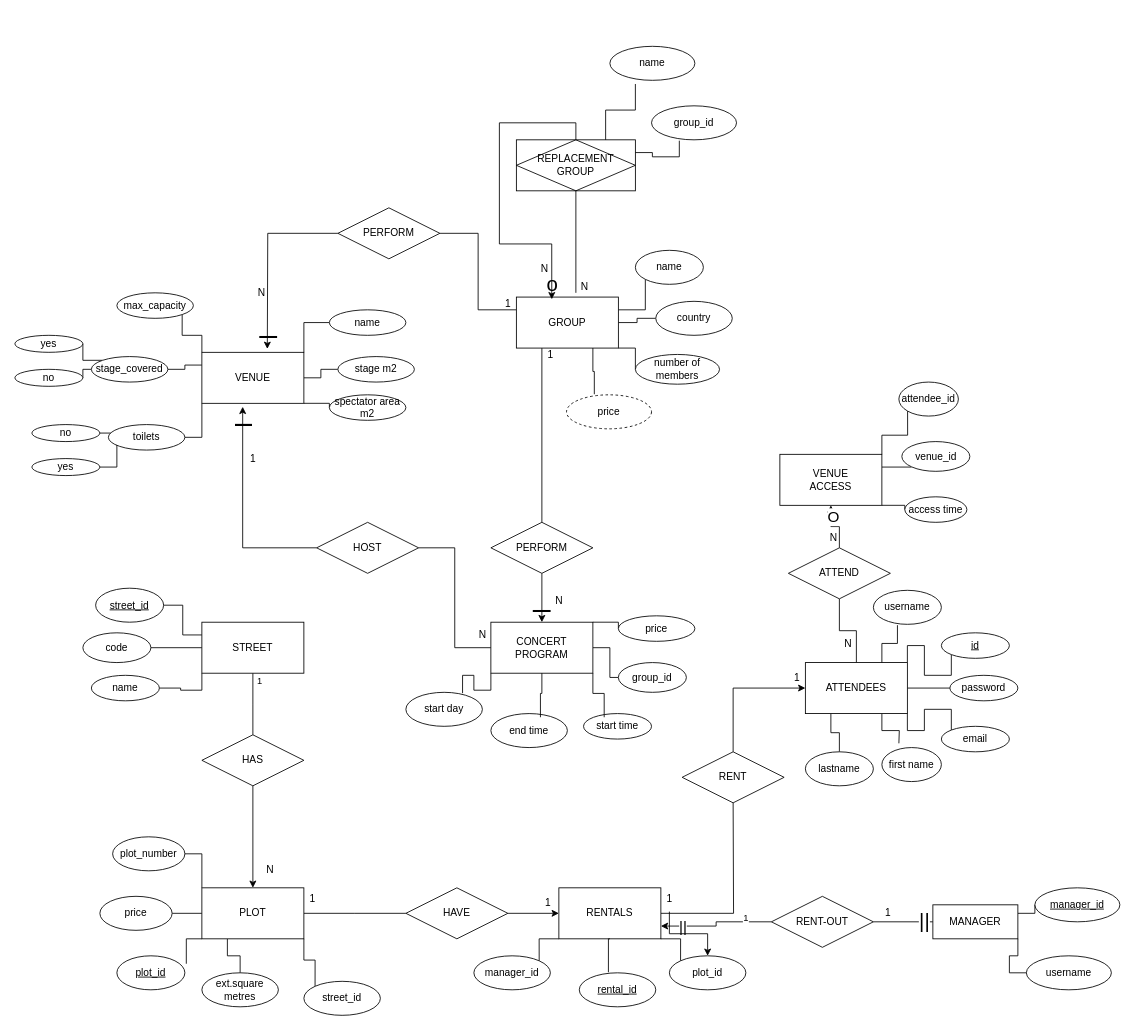
The draw.io diagram Untitled Diagram.drawio in Brandy-K/disseny-DDBB, before the edit. Source tidied: cells renumbered, new cells numbered last; positions are measured from the earlier drawing's top-left corner, leaving out a move shared by most shapes. Both pictures are drawn from the tidied source at 85%, with x=0, y=0 at pixel (14, 46).
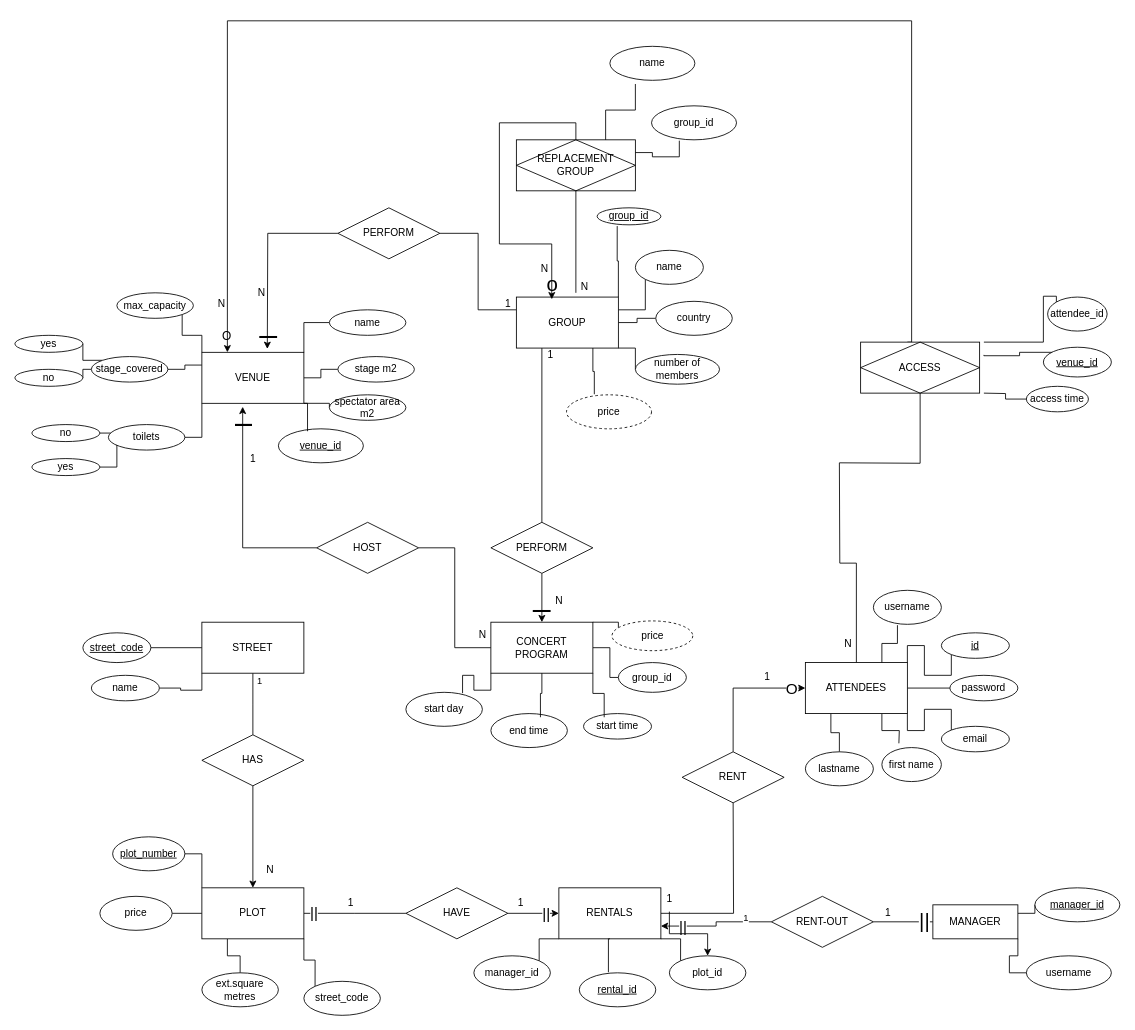
The same page after the edit.

Unchanged cells that the change refers to:
```xml
<mxCell id="6" style="edgeStyle=orthogonalEdgeStyle;rounded=0;jettySize=auto;html=1;exitX=1;exitY=0.5;exitDx=0;exitDy=0;endArrow=none;endFill=0;" parent="1" edge="1" source="11">
  <mxGeometry relative="1" as="geometry">
    <mxPoint x="460" y="1020" as="targetPoint" />
  </mxGeometry>
</mxCell>
<mxCell id="11" value="PLOT" style="rounded=0;whiteSpace=wrap;html=1;" parent="1" vertex="1">
  <mxGeometry x="220" y="990" width="120" height="60" as="geometry" />
</mxCell>
<mxCell id="18" value="ATTENDEES" style="rounded=0;whiteSpace=wrap;html=1;" parent="1" vertex="1">
  <mxGeometry x="930" y="725" width="120" height="60" as="geometry" />
</mxCell>
<mxCell id="24" value="GROUP" style="rounded=0;whiteSpace=wrap;html=1;" parent="1" vertex="1">
  <mxGeometry x="590" y="295" width="120" height="60" as="geometry" />
</mxCell>
<mxCell id="28" value="CONCERT&lt;div&gt;PROGRAM&lt;/div&gt;" style="rounded=0;whiteSpace=wrap;html=1;" parent="1" vertex="1">
  <mxGeometry x="560" y="677.5" width="120" height="60" as="geometry" />
</mxCell>
<mxCell id="34" value="STREET" style="rounded=0;whiteSpace=wrap;html=1;" parent="1" vertex="1">
  <mxGeometry x="220" y="677.5" width="120" height="60" as="geometry" />
</mxCell>
<mxCell id="41" value="VENUE" style="rounded=0;whiteSpace=wrap;html=1;" parent="1" vertex="1">
  <mxGeometry x="220" y="360" width="120" height="60" as="geometry" />
</mxCell>
<mxCell id="90" style="edgeStyle=orthogonalEdgeStyle;rounded=0;jettySize=auto;html=1;exitX=1;exitY=0.5;exitDx=0;exitDy=0;entryX=0;entryY=0.5;entryDx=0;entryDy=0;" parent="1" edge="1" source="91" target="5">
  <mxGeometry relative="1" as="geometry" />
</mxCell>
<mxCell id="92" style="edgeStyle=orthogonalEdgeStyle;rounded=0;jettySize=auto;html=1;exitX=0.5;exitY=0;exitDx=0;exitDy=0;entryX=0;entryY=0.5;entryDx=0;entryDy=0;" parent="1" edge="1" source="93" target="18">
  <mxGeometry relative="1" as="geometry" />
</mxCell>
```

The edit, as a diff of the source:
```diff
@@
+    <mxCell id="149" value="&lt;font style=&quot;font-size: 18px;&quot;&gt;||&lt;/font&gt;" style="edgeLabel;html=1;align=center;verticalAlign=middle;" parent="6" vertex="1">
+      <mxGeometry x="-0.81" y="1" relative="1" as="geometry" />
+    </mxCell>
@@
-    <mxCell id="12" style="edgeStyle=orthogonalEdgeStyle;rounded=0;jettySize=auto;html=1;exitX=0.5;exitY=0;exitDx=0;exitDy=0;entryX=0.5;entryY=1;entryDx=0;entryDy=0;endArrow=none;endFill=0;" parent="1" edge="1" source="18" target="96">
-      <mxGeometry relative="1" as="geometry" />
+    <mxCell id="12" style="edgeStyle=orthogonalEdgeStyle;rounded=0;jettySize=auto;html=1;exitX=0.5;exitY=0;exitDx=0;exitDy=0;endArrow=none;endFill=0;" parent="1" edge="1" source="18">
+      <mxGeometry relative="1" as="geometry">
+        <mxPoint x="970" y="490" as="targetPoint" />
+      </mxGeometry>
     </mxCell>
@@
-    <mxCell id="26" style="edgeStyle=orthogonalEdgeStyle;rounded=0;jettySize=auto;html=1;exitX=1;exitY=0;exitDx=0;exitDy=0;entryX=0;entryY=0.5;entryDx=0;entryDy=0;endArrow=none;endFill=0;" parent="1" edge="1" source="28" target="74">
-      <mxGeometry relative="1" as="geometry" />
+    <mxCell id="26" style="edgeStyle=orthogonalEdgeStyle;rounded=0;jettySize=auto;html=1;exitX=1;exitY=0;exitDx=0;exitDy=0;entryX=0;entryY=0.5;entryDx=0;entryDy=0;endArrow=none;endFill=0;" parent="1" edge="1" source="28">
+      <mxGeometry relative="1" as="geometry">
+        <mxPoint x="710" y="685" as="targetPoint" />
+      </mxGeometry>
     </mxCell>
@@
-    <mxCell id="29" style="edgeStyle=orthogonalEdgeStyle;rounded=0;jettySize=auto;html=1;exitX=0;exitY=0.25;exitDx=0;exitDy=0;entryX=1;entryY=0.5;entryDx=0;entryDy=0;endArrow=none;endFill=0;" parent="1" edge="1" source="34" target="59">
-      <mxGeometry relative="1" as="geometry" />
-    </mxCell>
@@
-    <mxCell id="42" style="edgeStyle=orthogonalEdgeStyle;rounded=0;jettySize=auto;html=1;exitX=1;exitY=1;exitDx=0;exitDy=0;entryX=0;entryY=0.5;entryDx=0;entryDy=0;endArrow=none;endFill=0;" parent="1" edge="1" source="45" target="81">
-      <mxGeometry relative="1" as="geometry" />
+    <mxCell id="42" style="edgeStyle=orthogonalEdgeStyle;rounded=0;jettySize=auto;html=1;exitX=1;exitY=1;exitDx=0;exitDy=0;entryX=0;entryY=0.5;entryDx=0;entryDy=0;endArrow=none;endFill=0;" parent="1" edge="1" target="81">
+      <mxGeometry relative="1" as="geometry">
+        <mxPoint x="1140" y="408" as="sourcePoint" />
+      </mxGeometry>
     </mxCell>
-    <mxCell id="43" style="edgeStyle=orthogonalEdgeStyle;rounded=0;jettySize=auto;html=1;exitX=1;exitY=0.25;exitDx=0;exitDy=0;entryX=0;entryY=1;entryDx=0;entryDy=0;endArrow=none;endFill=0;" parent="1" edge="1" source="45" target="82">
-      <mxGeometry relative="1" as="geometry" />
+    <mxCell id="43" style="edgeStyle=orthogonalEdgeStyle;rounded=0;jettySize=auto;html=1;exitX=1;exitY=0.25;exitDx=0;exitDy=0;entryX=0;entryY=1;entryDx=0;entryDy=0;endArrow=none;endFill=0;" parent="1" edge="1" target="82">
+      <mxGeometry relative="1" as="geometry">
+        <mxPoint x="1140" y="363" as="sourcePoint" />
+        <Array as="points">
+          <mxPoint x="1182" y="364" />
+          <mxPoint x="1182" y="360" />
+        </Array>
+      </mxGeometry>
     </mxCell>
-    <mxCell id="44" style="edgeStyle=orthogonalEdgeStyle;rounded=0;jettySize=auto;html=1;exitX=1;exitY=0;exitDx=0;exitDy=0;entryX=0;entryY=1;entryDx=0;entryDy=0;endArrow=none;endFill=0;" parent="1" edge="1" source="45" target="83">
-      <mxGeometry relative="1" as="geometry" />
+    <mxCell id="44" style="edgeStyle=orthogonalEdgeStyle;rounded=0;jettySize=auto;html=1;exitX=1;exitY=0;exitDx=0;exitDy=0;entryX=0;entryY=1;entryDx=0;entryDy=0;endArrow=none;endFill=0;" parent="1" edge="1" target="83">
+      <mxGeometry relative="1" as="geometry">
+        <mxPoint x="1140" y="348" as="sourcePoint" />
+        <Array as="points">
+          <mxPoint x="1210" y="348" />
+          <mxPoint x="1210" y="294" />
+        </Array>
+      </mxGeometry>
     </mxCell>
-    <mxCell id="45" value="VENUE&lt;div&gt;ACCESS&lt;/div&gt;" style="rounded=0;whiteSpace=wrap;html=1;" parent="1" vertex="1">
-      <mxGeometry x="900" y="480" width="120" height="60" as="geometry" />
-    </mxCell>
@@
-    <mxCell id="59" value="&lt;u&gt;street_id&lt;/u&gt;" style="ellipse;whiteSpace=wrap;html=1;" parent="1" vertex="1">
-      <mxGeometry x="95" y="637.5" width="80" height="40" as="geometry" />
-    </mxCell>
@@
-    <mxCell id="61" value="code" style="ellipse;whiteSpace=wrap;html=1;" parent="1" vertex="1">
+    <mxCell id="61" value="&lt;u&gt;street_code&lt;/u&gt;" style="ellipse;whiteSpace=wrap;html=1;" parent="1" vertex="1">
       <mxGeometry x="80" y="690" width="80" height="35" as="geometry" />
     </mxCell>
-    <mxCell id="62" value="plot_number" style="ellipse;whiteSpace=wrap;html=1;" parent="1" vertex="1">
+    <mxCell id="62" value="&lt;u&gt;plot_number&lt;/u&gt;" style="ellipse;whiteSpace=wrap;html=1;" parent="1" vertex="1">
       <mxGeometry x="115" y="930" width="85" height="40" as="geometry" />
     </mxCell>
-    <mxCell id="63" value="street_id" style="ellipse;whiteSpace=wrap;html=1;" parent="1" vertex="1">
+    <mxCell id="63" value="street_code" style="ellipse;whiteSpace=wrap;html=1;" parent="1" vertex="1">
       <mxGeometry x="340" y="1100" width="90" height="40" as="geometry" />
     </mxCell>
@@
-    <mxCell id="65" value="&lt;u&gt;plot_id&lt;/u&gt;" style="ellipse;whiteSpace=wrap;html=1;" parent="1" vertex="1">
-      <mxGeometry x="120" y="1070" width="80" height="40" as="geometry" />
-    </mxCell>
@@
-    <mxCell id="74" value="price" style="ellipse;whiteSpace=wrap;html=1;" parent="1" vertex="1">
-      <mxGeometry x="710" y="670" width="90" height="30" as="geometry" />
-    </mxCell>
@@
     <mxCell id="81" value="access time" style="ellipse;whiteSpace=wrap;html=1;" parent="1" vertex="1">
-      <mxGeometry x="1047" y="530" width="73" height="30" as="geometry" />
+      <mxGeometry x="1190" y="400" width="73" height="30" as="geometry" />
     </mxCell>
-    <mxCell id="82" value="venue_id" style="ellipse;whiteSpace=wrap;html=1;" parent="1" vertex="1">
-      <mxGeometry x="1043.5" y="465" width="80" height="35" as="geometry" />
+    <mxCell id="82" value="&lt;u&gt;venue_id&lt;/u&gt;" style="ellipse;whiteSpace=wrap;html=1;" parent="1" vertex="1">
+      <mxGeometry x="1210" y="354" width="80" height="35" as="geometry" />
     </mxCell>
     <mxCell id="83" value="attendee_id" style="ellipse;whiteSpace=wrap;html=1;" parent="1" vertex="1">
-      <mxGeometry x="1040" y="395" width="70" height="40" as="geometry" />
+      <mxGeometry x="1215" y="295" width="70" height="40" as="geometry" />
     </mxCell>
@@
+    <mxCell id="150" value="&lt;font style=&quot;font-size: 18px;&quot;&gt;||&lt;/font&gt;" style="edgeLabel;html=1;align=center;verticalAlign=middle;" parent="90" vertex="1">
+      <mxGeometry x="0.48" relative="1" as="geometry" />
+    </mxCell>
@@
+    <mxCell id="151" value="&lt;font size=&quot;4&quot;&gt;O&lt;/font&gt;" style="edgeLabel;html=1;align=center;verticalAlign=middle;" parent="92" vertex="1">
+      <mxGeometry x="0.79" y="-4" relative="1" as="geometry">
+        <mxPoint y="-4" as="offset" />
+      </mxGeometry>
+    </mxCell>
@@
-    <mxCell id="94" style="edgeStyle=orthogonalEdgeStyle;rounded=0;jettySize=auto;html=1;exitX=0.5;exitY=0;exitDx=0;exitDy=0;entryX=0.5;entryY=1;entryDx=0;entryDy=0;" parent="1" edge="1" source="96" target="45">
-      <mxGeometry relative="1" as="geometry" />
+    <mxCell id="94" style="edgeStyle=orthogonalEdgeStyle;rounded=0;jettySize=auto;html=1;exitX=0.5;exitY=0;exitDx=0;exitDy=0;entryX=0.5;entryY=1;entryDx=0;entryDy=0;endArrow=none;endFill=0;" parent="1" edge="1" target="155">
+      <mxGeometry relative="1" as="geometry">
+        <mxPoint x="970" y="490" as="sourcePoint" />
+      </mxGeometry>
     </mxCell>
-    <mxCell id="95" value="&lt;font style=&quot;font-size: 18px;&quot;&gt;O&lt;/font&gt;" style="edgeLabel;html=1;align=center;verticalAlign=middle;" parent="94" vertex="1">
-      <mxGeometry x="0.52" y="-2" relative="1" as="geometry">
-        <mxPoint y="-1" as="offset" />
-      </mxGeometry>
-    </mxCell>
-    <mxCell id="96" value="ATTEND" style="shape=rhombus;perimeter=rhombusPerimeter;whiteSpace=wrap;html=1;align=center;" parent="1" vertex="1">
-      <mxGeometry x="910" y="590" width="120" height="60" as="geometry" />
-    </mxCell>
@@
-    <mxCell id="122" style="edgeStyle=orthogonalEdgeStyle;rounded=0;jettySize=auto;html=1;exitX=0;exitY=1;exitDx=0;exitDy=0;entryX=1.021;entryY=0.233;entryDx=0;entryDy=0;entryPerimeter=0;endArrow=none;endFill=0;" parent="1" edge="1" source="11" target="65">
-      <mxGeometry relative="1" as="geometry" />
-    </mxCell>
@@
     <mxCell id="135" value="1" style="text;html=1;align=center;verticalAlign=middle;strokeColor=none;fillColor=none;" parent="1" vertex="1">
-      <mxGeometry x="335" y="988" width="30" height="30" as="geometry" />
+      <mxGeometry x="380" y="993" width="30" height="30" as="geometry" />
     </mxCell>
     <mxCell id="136" value="1" style="text;html=1;align=center;verticalAlign=middle;strokeColor=none;fillColor=none;" parent="1" vertex="1">
-      <mxGeometry x="612" y="993" width="30" height="30" as="geometry" />
+      <mxGeometry x="580" y="993" width="30" height="30" as="geometry" />
     </mxCell>
@@
     <mxCell id="139" value="1" style="text;html=1;align=center;verticalAlign=middle;strokeColor=none;fillColor=none;" parent="1" vertex="1">
-      <mxGeometry x="905" y="728" width="30" height="30" as="geometry" />
+      <mxGeometry x="870" y="727" width="30" height="30" as="geometry" />
     </mxCell>
@@
-    <mxCell id="142" value="N" style="text;html=1;align=center;verticalAlign=middle;strokeColor=none;fillColor=none;" parent="1" vertex="1">
-      <mxGeometry x="948" y="564" width="30" height="30" as="geometry" />
-    </mxCell>
@@
+    <mxCell id="152" value="group_id" style="ellipse;whiteSpace=wrap;html=1;align=center;fontStyle=4;" parent="1" vertex="1">
+      <mxGeometry x="685" y="190" width="75" height="20" as="geometry" />
+    </mxCell>
+    <mxCell id="153" style="edgeStyle=orthogonalEdgeStyle;rounded=0;jettySize=auto;html=1;exitX=1;exitY=0;exitDx=0;exitDy=0;entryX=0.315;entryY=1.074;entryDx=0;entryDy=0;entryPerimeter=0;endArrow=none;endFill=0;" parent="1" edge="1" source="24" target="152">
+      <mxGeometry relative="1" as="geometry" />
+    </mxCell>
+    <mxCell id="74" value="price" style="ellipse;whiteSpace=wrap;html=1;align=center;dashed=1;" parent="1" vertex="1">
+      <mxGeometry x="702.5" y="676" width="95" height="35" as="geometry" />
+    </mxCell>
+    <mxCell id="154" style="edgeStyle=orthogonalEdgeStyle;rounded=0;jettySize=auto;html=1;exitX=0.25;exitY=0;exitDx=0;exitDy=0;entryX=0.25;entryY=0;entryDx=0;entryDy=0;" parent="1" edge="1" target="41">
+      <mxGeometry relative="1" as="geometry">
+        <mxPoint x="1050" y="348" as="sourcePoint" />
+        <Array as="points">
+          <mxPoint x="1055" y="348" />
+          <mxPoint x="1055" y="-30" />
+          <mxPoint x="250" y="-30" />
+        </Array>
+      </mxGeometry>
+    </mxCell>
+    <mxCell id="155" value="ACCESS" style="shape=associativeEntity;whiteSpace=wrap;html=1;align=center;" parent="1" vertex="1">
+      <mxGeometry x="995" y="348" width="140" height="60" as="geometry" />
+    </mxCell>
+    <mxCell id="156" value="&lt;font style=&quot;font-size: 14px;&quot;&gt;O&lt;/font&gt;" style="text;html=1;align=center;verticalAlign=middle;strokeColor=none;fillColor=none;" parent="1" vertex="1">
+      <mxGeometry x="234" y="326" width="30" height="30" as="geometry" />
+    </mxCell>
+    <mxCell id="142" value="N" style="text;html=1;align=center;verticalAlign=middle;strokeColor=none;fillColor=none;" parent="1" vertex="1">
+      <mxGeometry x="228" y="288" width="30" height="30" as="geometry" />
+    </mxCell>
+    <mxCell id="157" value="venue_id" style="ellipse;whiteSpace=wrap;html=1;align=center;fontStyle=4;" parent="1" vertex="1">
+      <mxGeometry x="310" y="450" width="100" height="40" as="geometry" />
+    </mxCell>
+    <mxCell id="158" style="edgeStyle=orthogonalEdgeStyle;rounded=0;jettySize=auto;html=1;exitX=1;exitY=1;exitDx=0;exitDy=0;entryX=0.343;entryY=0.071;entryDx=0;entryDy=0;entryPerimeter=0;endArrow=none;endFill=0;" parent="1" edge="1" source="41" target="157">
+      <mxGeometry relative="1" as="geometry" />
+    </mxCell>
```
